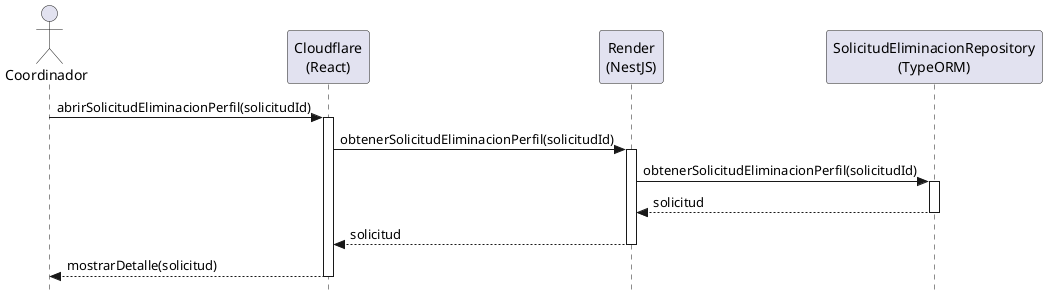
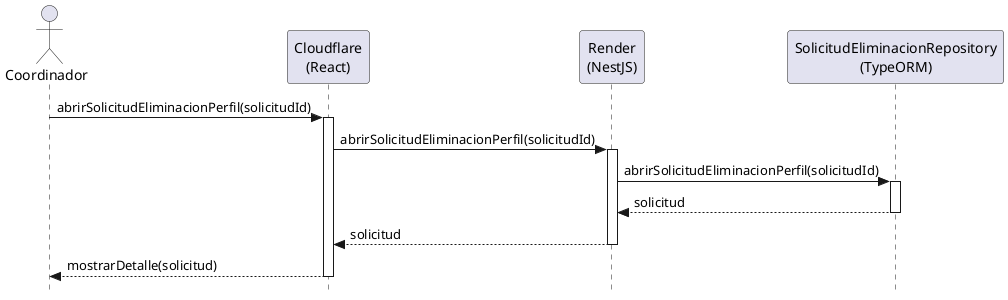
@startuml abrirSolicitudEliminacionPerfil-diseño
skinparam style strictuml
skinparam backgroundColor white
skinparam shadowing false

actor Coordinador
participant "Cloudflare\n(React)" as View
participant "Render\n(NestJS)" as Controller
participant "SolicitudEliminacionRepository\n(TypeORM)" as Repo

Coordinador -> View: abrirSolicitudEliminacionPerfil(solicitudId)
activate View

- View -> Controller: obtenerSolicitudEliminacionPerfil(solicitudId)
+ View -> Controller: abrirSolicitudEliminacionPerfil(solicitudId)
activate Controller

- Controller -> Repo: obtenerSolicitudEliminacionPerfil(solicitudId)
+ Controller -> Repo: abrirSolicitudEliminacionPerfil(solicitudId)
activate Repo

Repo --> Controller: solicitud
deactivate Repo

Controller --> View: solicitud
deactivate Controller

View --> Coordinador: mostrarDetalle(solicitud)
deactivate View
- @enduml+ @enduml
